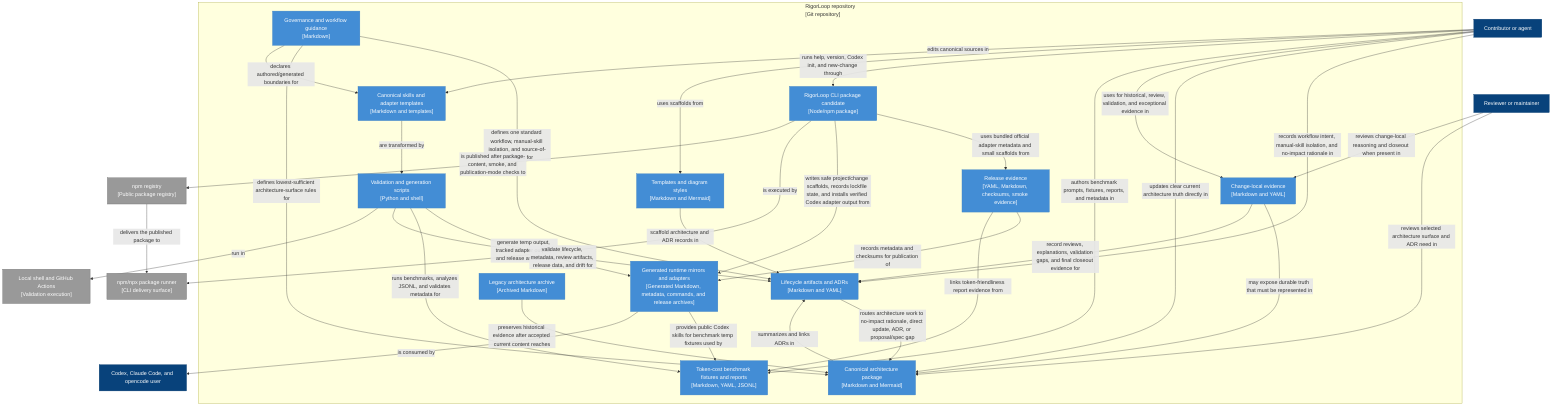
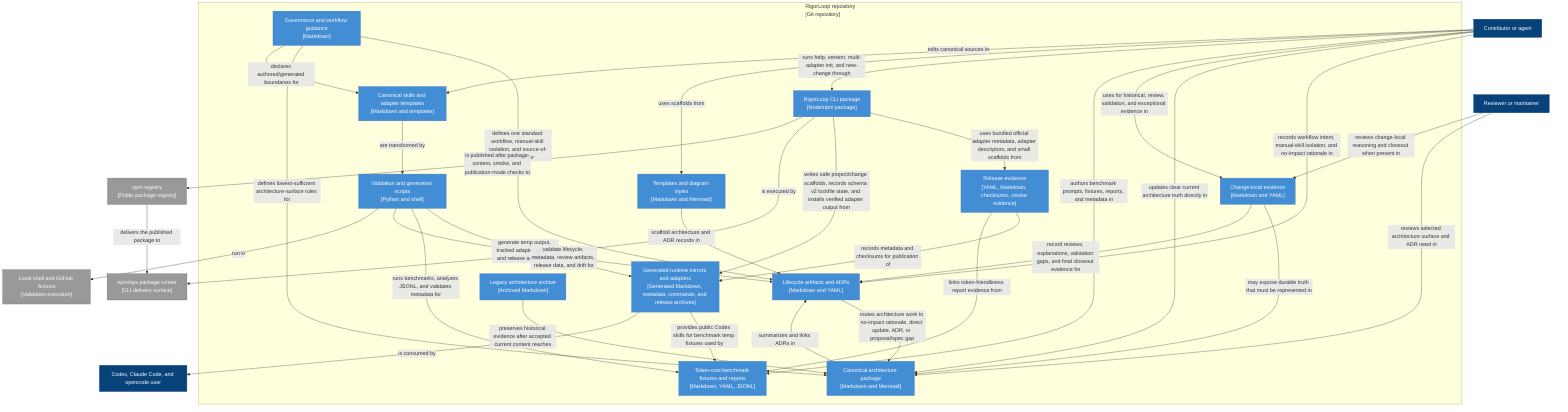
flowchart TB
  contributor["Contributor or agent"]:::person
  reviewer["Reviewer or maintainer"]:::person
  execution["Local shell and GitHub Actions<br/>[Validation execution]"]:::external
  package_runner["npm/npx package runner<br/>[CLI delivery surface]"]:::external
  npm_registry["npm registry<br/>[Public package registry]"]:::external
  adapter_user["Codex, Claude Code, and opencode user"]:::person

  subgraph repo["RigorLoop repository<br/>[Git repository]"]
    governance["Governance and workflow guidance<br/>[Markdown]"]:::container
    lifecycle["Lifecycle artifacts and ADRs<br/>[Markdown and YAML]"]:::container
    token_bench["Token-cost benchmark fixtures and reports<br/>[Markdown, YAML, JSONL]"]:::container
-     cli["RigorLoop CLI package candidate<br/>[Node/npm package]"]:::container
+     cli["RigorLoop CLI package<br/>[Node/npm package]"]:::container
    architecture["Canonical architecture package<br/>[Markdown and Mermaid]"]:::container
    changes["Change-local evidence<br/>[Markdown and YAML]"]:::container
    templates["Templates and diagram styles<br/>[Markdown and Mermaid]"]:::container
    skills["Canonical skills and adapter templates<br/>[Markdown and templates]"]:::container
    scripts["Validation and generation scripts<br/>[Python and shell]"]:::container
    generated["Generated runtime mirrors and adapters<br/>[Generated Markdown, metadata, commands, and release archives]"]:::container
    release["Release evidence<br/>[YAML, Markdown, checksums, smoke evidence]"]:::container
    legacy["Legacy architecture archive<br/>[Archived Markdown]"]:::container
  end

  contributor -->|records workflow intent, manual-skill isolation, and no-impact rationale in| lifecycle
  contributor -->|updates clear current architecture truth directly in| architecture
  contributor -->|uses for historical, review, validation, and exceptional evidence in| changes
  contributor -->|authors benchmark prompts, fixtures, reports, and metadata in| token_bench
-   contributor -->|runs help, version, Codex init, and new-change through| cli
+   contributor -->|runs help, version, multi-adapter init, and new-change through| cli
  contributor -->|uses scaffolds from| templates
  contributor -->|edits canonical sources in| skills
  reviewer -->|reviews selected architecture surface and ADR need in| architecture
  reviewer -->|reviews change-local reasoning and closeout when present in| changes
  governance -->|defines one standard workflow, manual-skill isolation, and source-of-truth rules for| lifecycle
  governance -->|defines lowest-sufficient architecture-surface rules for| architecture
  governance -->|declares authored/generated boundaries for| skills
  lifecycle -->|routes architecture work to no-impact rationale, direct update, ADR, or proposal/spec gap| architecture
  changes -->|may expose durable truth that must be represented in| architecture
  changes -->|record reviews, explanations, validation gaps, and final closeout evidence for| lifecycle
  templates -->|scaffold architecture and ADR records in| lifecycle
  skills -->|are transformed by| scripts
  scripts -->|generate temp output, tracked adapter output, and release artifacts for| generated
  scripts -->|runs benchmarks, analyzes JSONL, and validates metadata for| token_bench
-   cli -->|uses bundled official adapter metadata and small scaffolds from| release
-   cli -->|writes safe project/change scaffolds, records lockfile state, and installs verified Codex adapter output from| generated
+   cli -->|uses bundled official adapter metadata, adapter descriptors, and small scaffolds from| release
+   cli -->|writes safe project/change scaffolds, records schema v2 lockfile state, and installs verified adapter output from| generated
  cli -->|is executed by| package_runner
  cli -->|is published after package-content, smoke, and publication-mode checks to| npm_registry
  npm_registry -->|delivers the published package to| package_runner
  generated -->|provides public Codex skills for benchmark temp fixtures used by| token_bench
  scripts -->|validate lifecycle, metadata, review artifacts, release data, and drift for| lifecycle
  scripts -->|run in| execution
  release -->|records metadata and checksums for publication of| generated
  release -->|links token-friendliness report evidence from| token_bench
  generated -->|is consumed by| adapter_user
  legacy -->|preserves historical evidence after accepted current content reaches| architecture
  architecture -->|summarizes and links ADRs in| lifecycle

  classDef person fill:#08427b,stroke:#073b6f,color:#fff
  classDef system fill:#1168bd,stroke:#0e5aa7,color:#fff
  classDef external fill:#999,stroke:#666,color:#fff
  classDef container fill:#438dd5,stroke:#3c7fc0,color:#fff
